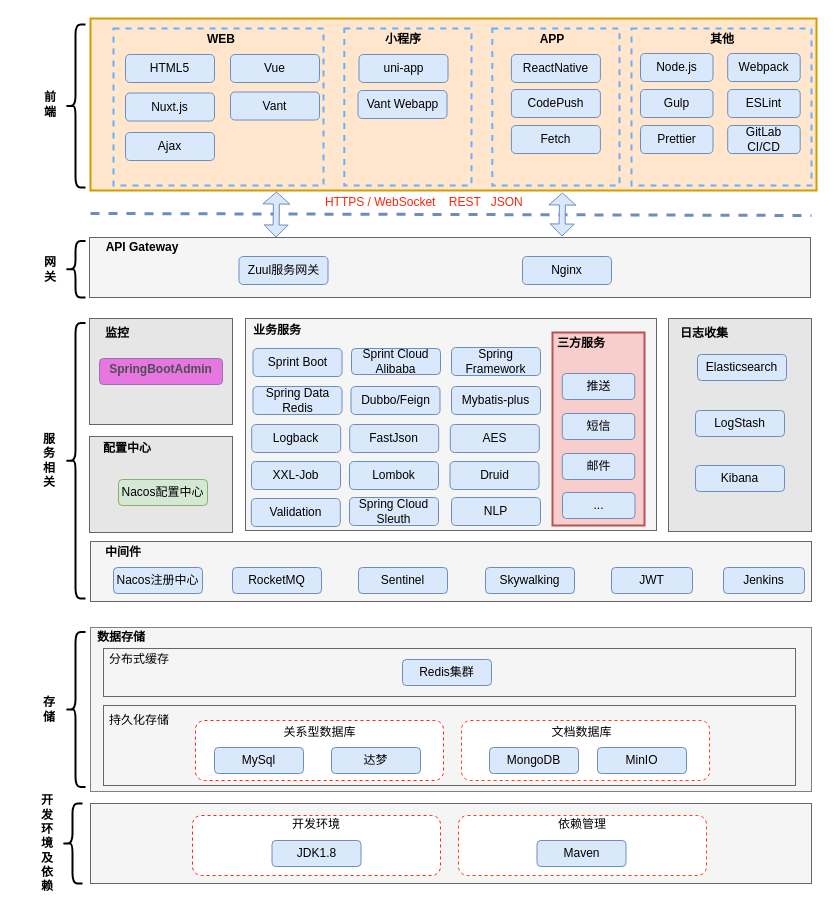
The draw.io diagram 客服技术架构图.drawio in ammengke/my-drawio, before the edit. Source tidied: cells renumbered, new cells numbered last; positions are measured from the earlier drawing's top-left corner, leaving out a move shared by most shapes. Both pictures are drawn from the tidied source at 100%, with x=0, y=0 at pixel (17, 18).
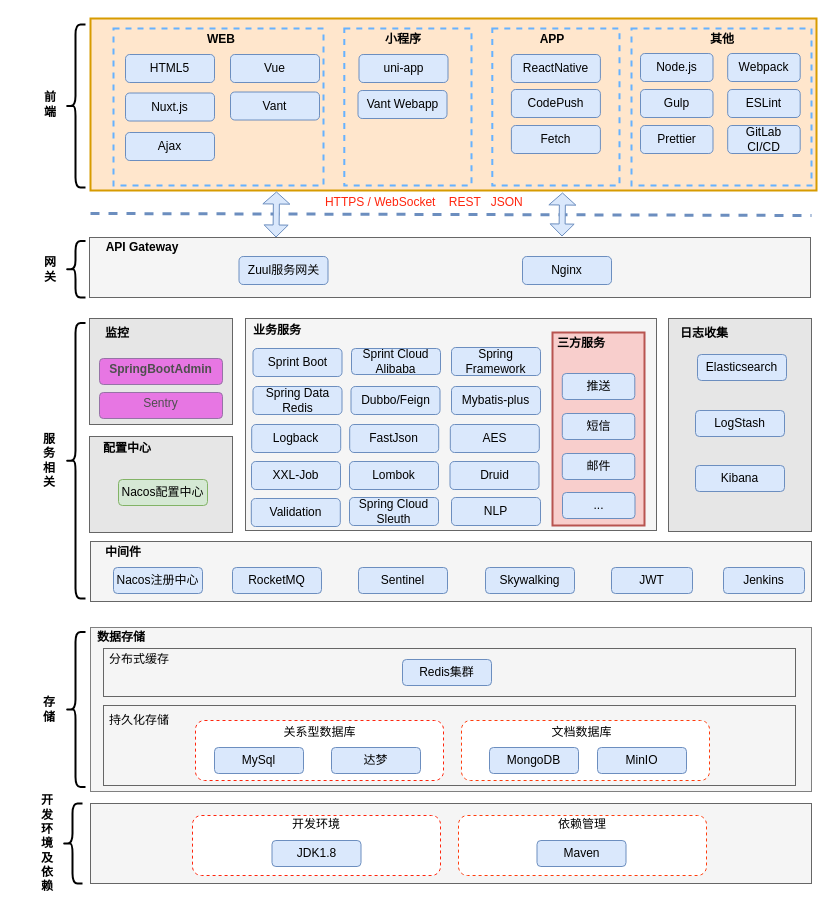
Above is the later version.

Commit message:
更新客服技术架构图.drawio

Change to the diagram source:
```diff
@@
-    <mxCell id="29" value="&lt;h2 style=&quot;box-sizing: border-box; outline: 0px; margin: 8px 0px 16px; padding: 0px; color: rgb(79, 79, 79); line-height: 30px; overflow-wrap: break-word;&quot;&gt;&lt;font style=&quot;font-size: 12px&quot;&gt;SpringBootAdmin&lt;/font&gt;&lt;/h2&gt;" style="rounded=1;whiteSpace=wrap;html=1;strokeColor=#9673a6;fillColor=#E776E3;fontFamily=Helvetica;" parent="1" vertex="1">
+    <mxCell id="29" value="&lt;h2 style=&quot;box-sizing: border-box; outline: 0px; margin: 8px 0px 16px; padding: 0px; color: rgb(79, 79, 79); line-height: 30px; overflow-wrap: break-word;&quot;&gt;&lt;font style=&quot;font-size: 12px&quot;&gt;SpringBootAdmin&lt;/font&gt;&lt;/h2&gt;" style="rounded=1;whiteSpace=wrap;html=1;strokeColor=#9673a6;fillColor=#E776E3;fontFamily=Helvetica;align=center;" parent="1" vertex="1">
       <mxGeometry x="82" y="340" width="123" height="26" as="geometry" />
     </mxCell>
@@
+    <mxCell id="107" value="&lt;h2 style=&quot;box-sizing: border-box; outline: 0px; margin: 8px 0px 16px; padding: 0px; color: rgb(79, 79, 79); line-height: 30px; overflow-wrap: break-word;&quot;&gt;&lt;span style=&quot;font-size: 12px; background-color: initial; font-weight: normal;&quot;&gt;Sentry&lt;/span&gt;&lt;br&gt;&lt;/h2&gt;" style="rounded=1;whiteSpace=wrap;html=1;strokeColor=#9673a6;fillColor=#E776E3;fontFamily=Helvetica;align=center;" parent="1" vertex="1">
+      <mxGeometry x="82" y="374" width="123" height="26" as="geometry" />
+    </mxCell>
```
